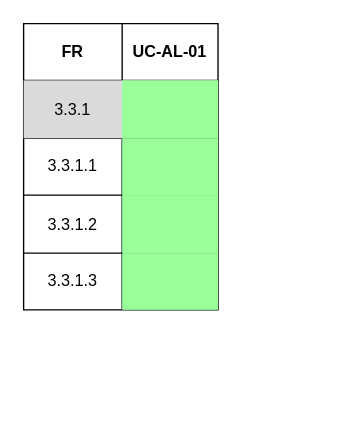
Earlier version of the draw.io diagram page "FR3.3" (11 of 18) of docs/srs/Use_Cases/Traceability_Matrix/Traceability_Matrix.drawio (COS301-SE-2026/UMTAS). Source tidied: cells renumbered, new cells numbered last; positions are measured from the earlier drawing's top-left corner, leaving out a move shared by most shapes. Both pictures are drawn from the tidied source at 135%, with x=0, y=0 at pixel (23, 23).
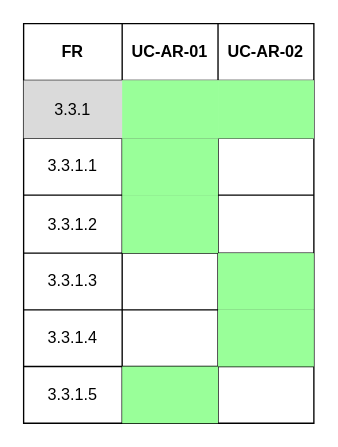
Above is the later version.

Diff of the diagram source:
```diff
@@
     <mxCell id="2" style="shape=table;startSize=0;childLayout=tableLayout;strokeColor=default;" parent="1" vertex="1">
-      <mxGeometry width="144" height="212" as="geometry" />
+      <mxGeometry width="215" height="296" as="geometry" />
     </mxCell>
     <mxCell id="3" style="shape=tableRow;horizontal=0;startSize=0;swimlaneHead=0;swimlaneBody=0;strokeColor=inherit;top=0;left=0;bottom=0;right=0;fillColor=none;" parent="2" vertex="1">
-      <mxGeometry width="144" height="42" as="geometry" />
+      <mxGeometry width="215" height="42" as="geometry" />
     </mxCell>
@@
-    <mxCell id="5" value="UC-AL-01" style="shape=partialRectangle;html=1;whiteSpace=wrap;strokeColor=inherit;overflow=hidden;fillColor=none;top=0;left=0;bottom=0;right=0;fontStyle=1;" parent="3" vertex="1">
+    <mxCell id="5" value="UC-AR-01" style="shape=partialRectangle;html=1;whiteSpace=wrap;strokeColor=inherit;overflow=hidden;fillColor=none;top=0;left=0;bottom=0;right=0;fontStyle=1;" parent="3" vertex="1">
       <mxGeometry x="73" width="71" height="42" as="geometry" />
     </mxCell>
+    <mxCell id="18" value="UC-AR-02" style="shape=partialRectangle;html=1;whiteSpace=wrap;strokeColor=inherit;overflow=hidden;fillColor=none;top=0;left=0;bottom=0;right=0;fontStyle=1;" parent="3" vertex="1">
+      <mxGeometry x="144" width="71" height="42" as="geometry" />
+    </mxCell>
     <mxCell id="6" style="shape=tableRow;horizontal=0;startSize=0;swimlaneHead=0;swimlaneBody=0;strokeColor=inherit;top=0;left=0;bottom=0;right=0;fillColor=#DADADA;" parent="2" vertex="1">
-      <mxGeometry y="42" width="144" height="43" as="geometry" />
+      <mxGeometry y="42" width="215" height="43" as="geometry" />
     </mxCell>
@@
+    <mxCell id="19" style="shape=partialRectangle;html=1;whiteSpace=wrap;strokeColor=inherit;overflow=hidden;fillColor=#99FF99;top=0;left=0;bottom=0;right=0;" parent="6" vertex="1">
+      <mxGeometry x="144" width="71" height="43" as="geometry" />
+    </mxCell>
     <mxCell id="9" style="shape=tableRow;horizontal=0;startSize=0;swimlaneHead=0;swimlaneBody=0;strokeColor=inherit;top=0;left=0;bottom=0;right=0;fillColor=none;" parent="2" vertex="1">
-      <mxGeometry y="85" width="144" height="42" as="geometry" />
+      <mxGeometry y="85" width="215" height="42" as="geometry" />
     </mxCell>
@@
+    <mxCell id="20" style="shape=partialRectangle;html=1;whiteSpace=wrap;strokeColor=inherit;overflow=hidden;fillColor=none;top=0;left=0;bottom=0;right=0;" parent="9" vertex="1">
+      <mxGeometry x="144" width="71" height="42" as="geometry" />
+    </mxCell>
     <mxCell id="12" style="shape=tableRow;horizontal=0;startSize=0;swimlaneHead=0;swimlaneBody=0;strokeColor=inherit;top=0;left=0;bottom=0;right=0;fillColor=none;" parent="2" vertex="1">
-      <mxGeometry y="127" width="144" height="43" as="geometry" />
+      <mxGeometry y="127" width="215" height="43" as="geometry" />
     </mxCell>
@@
+    <mxCell id="21" style="shape=partialRectangle;html=1;whiteSpace=wrap;strokeColor=inherit;overflow=hidden;fillColor=none;top=0;left=0;bottom=0;right=0;" parent="12" vertex="1">
+      <mxGeometry x="144" width="71" height="43" as="geometry" />
+    </mxCell>
     <mxCell id="15" style="shape=tableRow;horizontal=0;startSize=0;swimlaneHead=0;swimlaneBody=0;strokeColor=inherit;top=0;left=0;bottom=0;right=0;fillColor=none;" parent="2" vertex="1">
-      <mxGeometry y="170" width="144" height="42" as="geometry" />
+      <mxGeometry y="170" width="215" height="42" as="geometry" />
     </mxCell>
@@
-    <mxCell id="17" style="shape=partialRectangle;html=1;whiteSpace=wrap;strokeColor=inherit;overflow=hidden;fillColor=#99FF99;top=0;left=0;bottom=0;right=0;" parent="15" vertex="1">
+    <mxCell id="17" style="shape=partialRectangle;html=1;whiteSpace=wrap;strokeColor=inherit;overflow=hidden;fillColor=none;top=0;left=0;bottom=0;right=0;" parent="15" vertex="1">
       <mxGeometry x="73" width="71" height="42" as="geometry" />
     </mxCell>
+    <mxCell id="22" style="shape=partialRectangle;html=1;whiteSpace=wrap;strokeColor=inherit;overflow=hidden;fillColor=#99FF99;top=0;left=0;bottom=0;right=0;" parent="15" vertex="1">
+      <mxGeometry x="144" width="71" height="42" as="geometry" />
+    </mxCell>
+    <mxCell id="23" style="shape=tableRow;horizontal=0;startSize=0;swimlaneHead=0;swimlaneBody=0;strokeColor=inherit;top=0;left=0;bottom=0;right=0;fillColor=none;" parent="2" vertex="1">
+      <mxGeometry y="212" width="215" height="42" as="geometry" />
+    </mxCell>
+    <mxCell id="24" value="3.3.1.4" style="shape=partialRectangle;html=1;whiteSpace=wrap;strokeColor=inherit;overflow=hidden;fillColor=none;top=0;left=0;bottom=0;right=0;" parent="23" vertex="1">
+      <mxGeometry width="73" height="42" as="geometry" />
+    </mxCell>
+    <mxCell id="25" style="shape=partialRectangle;html=1;whiteSpace=wrap;strokeColor=inherit;overflow=hidden;fillColor=none;top=0;left=0;bottom=0;right=0;" parent="23" vertex="1">
+      <mxGeometry x="73" width="71" height="42" as="geometry" />
+    </mxCell>
+    <mxCell id="26" style="shape=partialRectangle;html=1;whiteSpace=wrap;strokeColor=inherit;overflow=hidden;fillColor=#99FF99;top=0;left=0;bottom=0;right=0;" parent="23" vertex="1">
+      <mxGeometry x="144" width="71" height="42" as="geometry" />
+    </mxCell>
+    <mxCell id="27" style="shape=tableRow;horizontal=0;startSize=0;swimlaneHead=0;swimlaneBody=0;strokeColor=inherit;top=0;left=0;bottom=0;right=0;fillColor=none;" parent="2" vertex="1">
+      <mxGeometry y="254" width="215" height="42" as="geometry" />
+    </mxCell>
+    <mxCell id="28" value="3.3.1.5" style="shape=partialRectangle;html=1;whiteSpace=wrap;strokeColor=inherit;overflow=hidden;fillColor=none;top=0;left=0;bottom=0;right=0;" parent="27" vertex="1">
+      <mxGeometry width="73" height="42" as="geometry" />
+    </mxCell>
+    <mxCell id="29" style="shape=partialRectangle;html=1;whiteSpace=wrap;strokeColor=inherit;overflow=hidden;fillColor=#99FF99;top=0;left=0;bottom=0;right=0;" parent="27" vertex="1">
+      <mxGeometry x="73" width="71" height="42" as="geometry" />
+    </mxCell>
+    <mxCell id="30" style="shape=partialRectangle;html=1;whiteSpace=wrap;strokeColor=inherit;overflow=hidden;fillColor=none;top=0;left=0;bottom=0;right=0;" parent="27" vertex="1">
+      <mxGeometry x="144" width="71" height="42" as="geometry" />
+    </mxCell>
```
